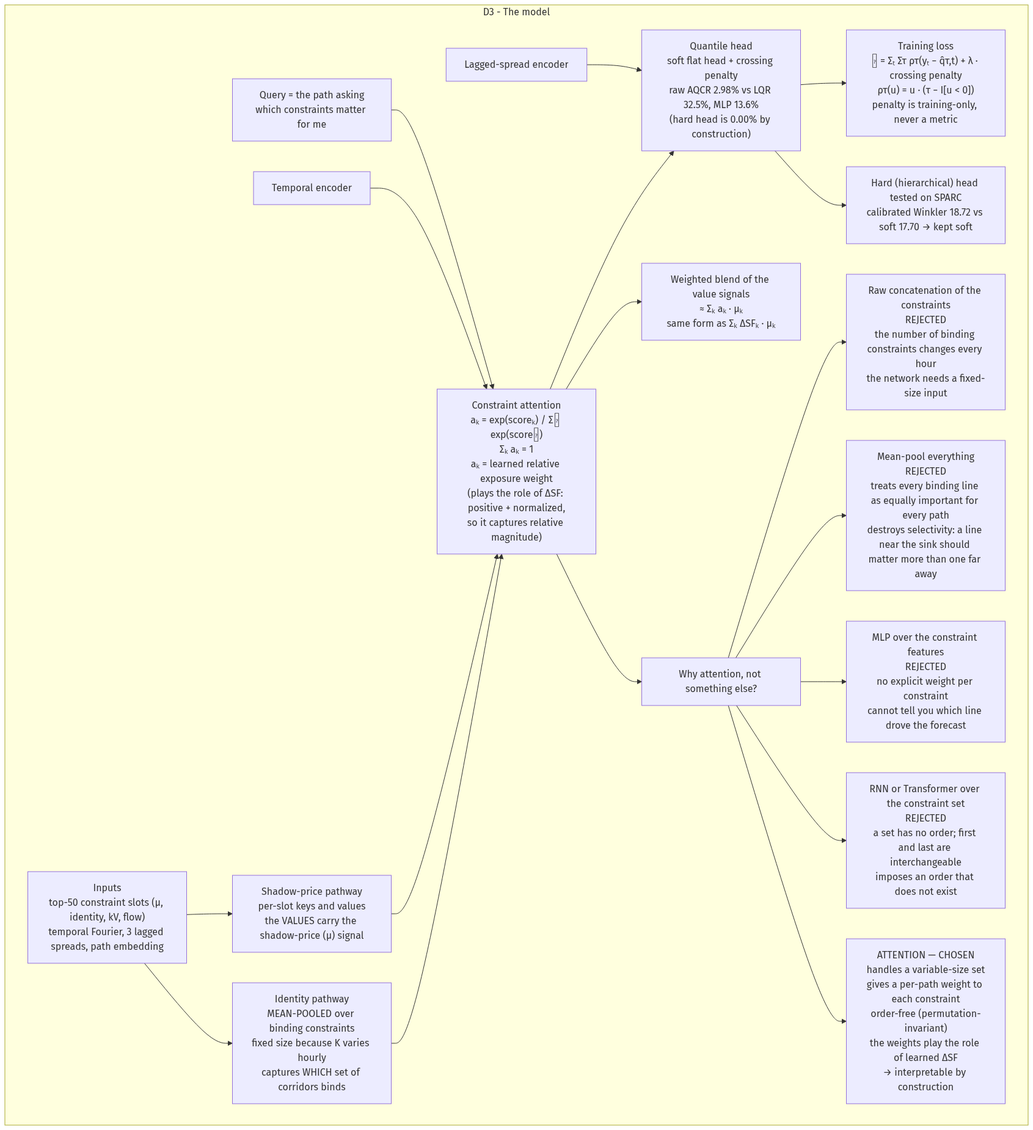
This is docs/explanation/06-sparc-flow-04-G_D3.png from L1ZLe/ercot-casp-paper, a Mermaid export, as it was before one commit. Its source is kept beside it as docs/explanation/06-sparc-flow-04-G_D3.mmd. Source of this version:
```mermaid
flowchart TD
subgraph G_D3["D3 - The model"]
    IN["Inputs<br/>top-50 constraint slots (μ, identity, kV, flow)<br/>temporal Fourier, 3 lagged spreads, path embedding"] --> ID
    IN --> MU
    ID["Identity pathway<br/>MEAN-POOLED over binding constraints<br/>fixed size because K varies hourly<br/>captures WHICH set of corridors binds"] --> ATTN_D3
    MU["Shadow-price pathway<br/>per-slot keys and values<br/>the VALUES carry the shadow-price (μ) signal"] --> ATTN_D3
    TEMP["Temporal encoder"] --> ATTN_D3
    Q["Query = the path asking<br/>which constraints matter for me"] --> ATTN_D3
    ATTN_D3["Constraint attention<br/>aₖ = exp(scoreₖ) / Σⱼ exp(scoreⱼ)<br/>Σₖ aₖ = 1<br/>aₖ = learned relative exposure weight<br/>(plays the role of ΔSF: positive + normalized,<br/>so it captures relative magnitude)"] --> HEAD
    ATTN_D3 --> BLEND["Weighted blend of the value signals<br/>≈ Σₖ aₖ · μₖ<br/>same form as Σₖ ΔSFₖ · μₖ"]
    HEAD["Quantile head<br/>soft flat head + crossing penalty<br/>raw AQCR 2.98% vs LQR 32.5%, MLP 13.6%<br/>(hard head is 0.00% by construction)"] --> LOSS["Training loss<br/>ℒ = Σₜ Στ ρτ(yₜ − q̂τ,t) + λ · crossing penalty<br/>ρτ(u) = u · (τ − I[u &lt; 0])<br/>penalty is training-only, never a metric"]
    HEAD --> HARD2["Hard (hierarchical) head tested on SPARC<br/>calibrated Winkler 18.72 vs soft 17.70 → kept soft"]
    LAG["Lagged-spread encoder"] --> HEAD

    ATTN_D3 --> WHY_ROOT["Why attention, not something else?"]
    WHY_ROOT --> A1["Raw concatenation of the constraints<br/>REJECTED<br/>the number of binding constraints changes every hour<br/>the network needs a fixed-size input"]
    WHY_ROOT --> A2["Mean-pool everything<br/>REJECTED<br/>treats every binding line as equally important for every path<br/>destroys selectivity: a line near the sink should matter more than one far away"]
    WHY_ROOT --> A3["MLP over the constraint features<br/>REJECTED<br/>no explicit weight per constraint<br/>cannot tell you which line drove the forecast"]
    WHY_ROOT --> A4["RNN or Transformer over the constraint set<br/>REJECTED<br/>a set has no order; first and last are interchangeable<br/>imposes an order that does not exist"]
    WHY_ROOT --> WIN["ATTENTION — CHOSEN<br/>handles a variable-size set<br/>gives a per-path weight to each constraint<br/>order-free (permutation-invariant)<br/>the weights play the role of learned ΔSF<br/>→ interpretable by construction"]
  end
```
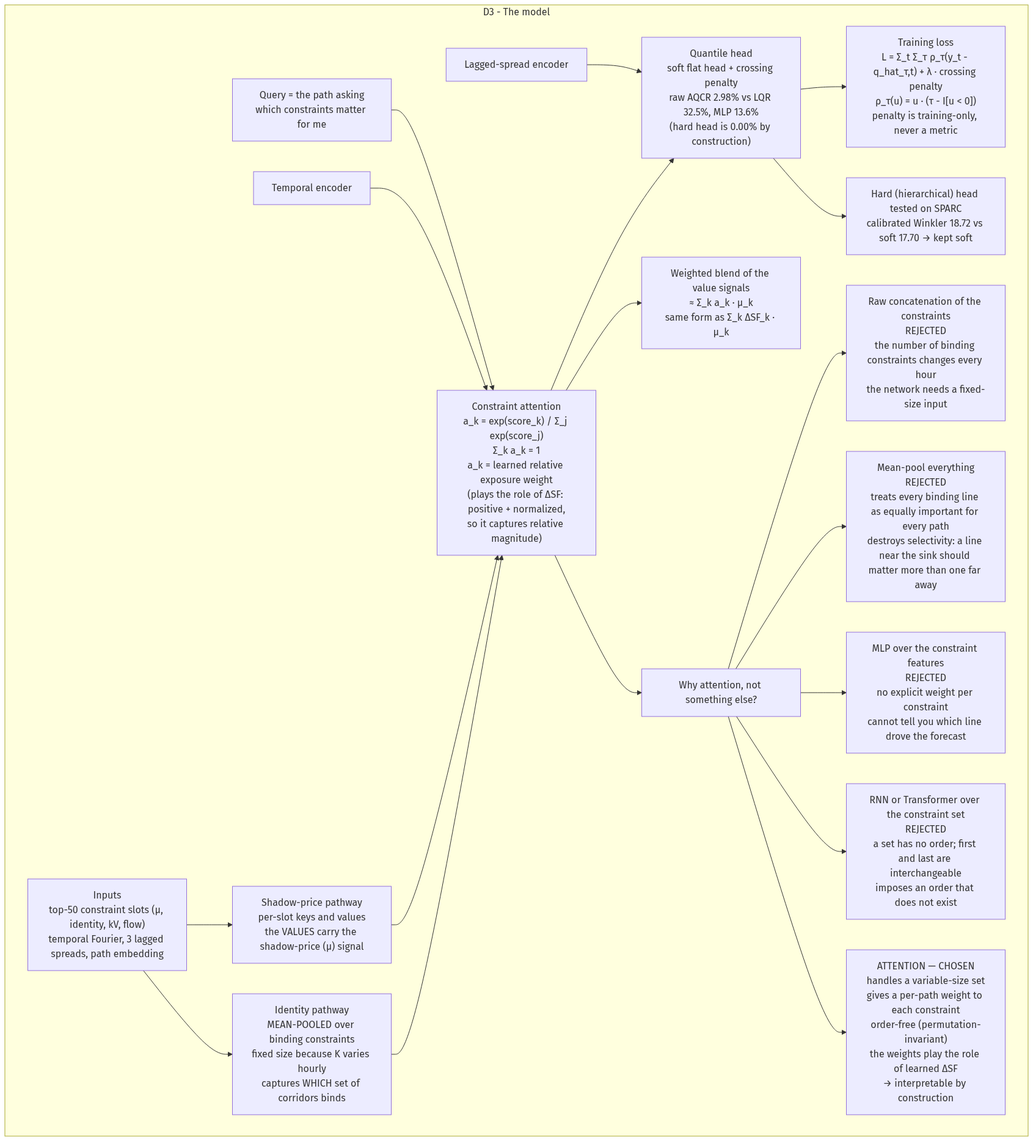
The same diagram one commit later.

Diff of the diagram source:
```diff
@@ -6,9 +6,9 @@
     MU["Shadow-price pathway<br/>per-slot keys and values<br/>the VALUES carry the shadow-price (μ) signal"] --> ATTN_D3
     TEMP["Temporal encoder"] --> ATTN_D3
     Q["Query = the path asking<br/>which constraints matter for me"] --> ATTN_D3
-    ATTN_D3["Constraint attention<br/>aₖ = exp(scoreₖ) / Σⱼ exp(scoreⱼ)<br/>Σₖ aₖ = 1<br/>aₖ = learned relative exposure weight<br/>(plays the role of ΔSF: positive + normalized,<br/>so it captures relative magnitude)"] --> HEAD
-    ATTN_D3 --> BLEND["Weighted blend of the value signals<br/>≈ Σₖ aₖ · μₖ<br/>same form as Σₖ ΔSFₖ · μₖ"]
-    HEAD["Quantile head<br/>soft flat head + crossing penalty<br/>raw AQCR 2.98% vs LQR 32.5%, MLP 13.6%<br/>(hard head is 0.00% by construction)"] --> LOSS["Training loss<br/>ℒ = Σₜ Στ ρτ(yₜ − q̂τ,t) + λ · crossing penalty<br/>ρτ(u) = u · (τ − I[u &lt; 0])<br/>penalty is training-only, never a metric"]
+    ATTN_D3["Constraint attention<br/>a_k = exp(score_k) / Σ_j exp(score_j)<br/>Σ_k a_k = 1<br/>a_k = learned relative exposure weight<br/>(plays the role of ΔSF: positive + normalized,<br/>so it captures relative magnitude)"] --> HEAD
+    ATTN_D3 --> BLEND["Weighted blend of the value signals<br/>≈ Σ_k a_k · μ_k<br/>same form as Σ_k ΔSF_k · μ_k"]
+    HEAD["Quantile head<br/>soft flat head + crossing penalty<br/>raw AQCR 2.98% vs LQR 32.5%, MLP 13.6%<br/>(hard head is 0.00% by construction)"] --> LOSS["Training loss<br/>L = Σ_t Σ_τ ρ_τ(y_t - q_hat_τ,t) + λ · crossing penalty<br/>ρ_τ(u) = u · (τ - I[u &lt; 0])<br/>penalty is training-only, never a metric"]
     HEAD --> HARD2["Hard (hierarchical) head tested on SPARC<br/>calibrated Winkler 18.72 vs soft 17.70 → kept soft"]
     LAG["Lagged-spread encoder"] --> HEAD
 
```
